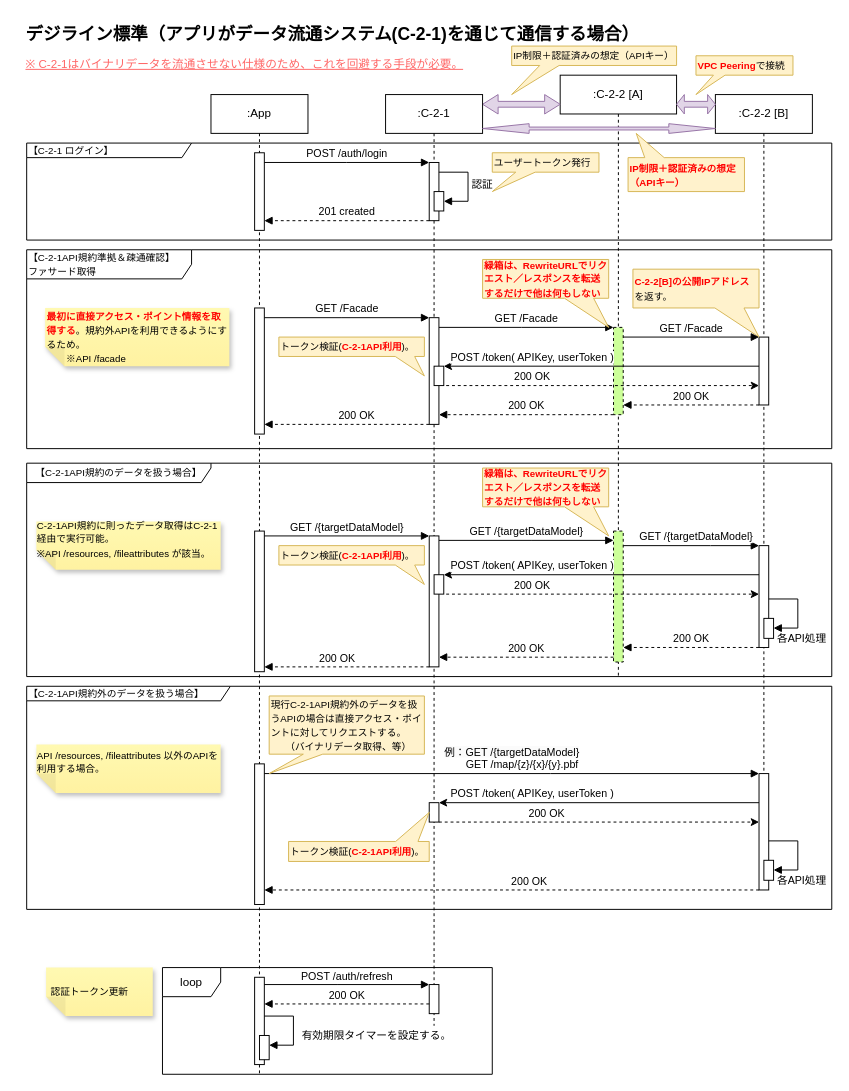
Earlier version of the draw.io diagram page "C-2-1経由時のシーケンス" (1 of 7) of models/c-2-2-api-sequences.drawio (Sportacandy/C-2-2API). Source tidied: cells renumbered, new cells numbered last; positions are measured from the earlier drawing's top-left corner, leaving out a move shared by most shapes. Both pictures are drawn from the tidied source at 97%, with x=0, y=0 at pixel (16, 16).
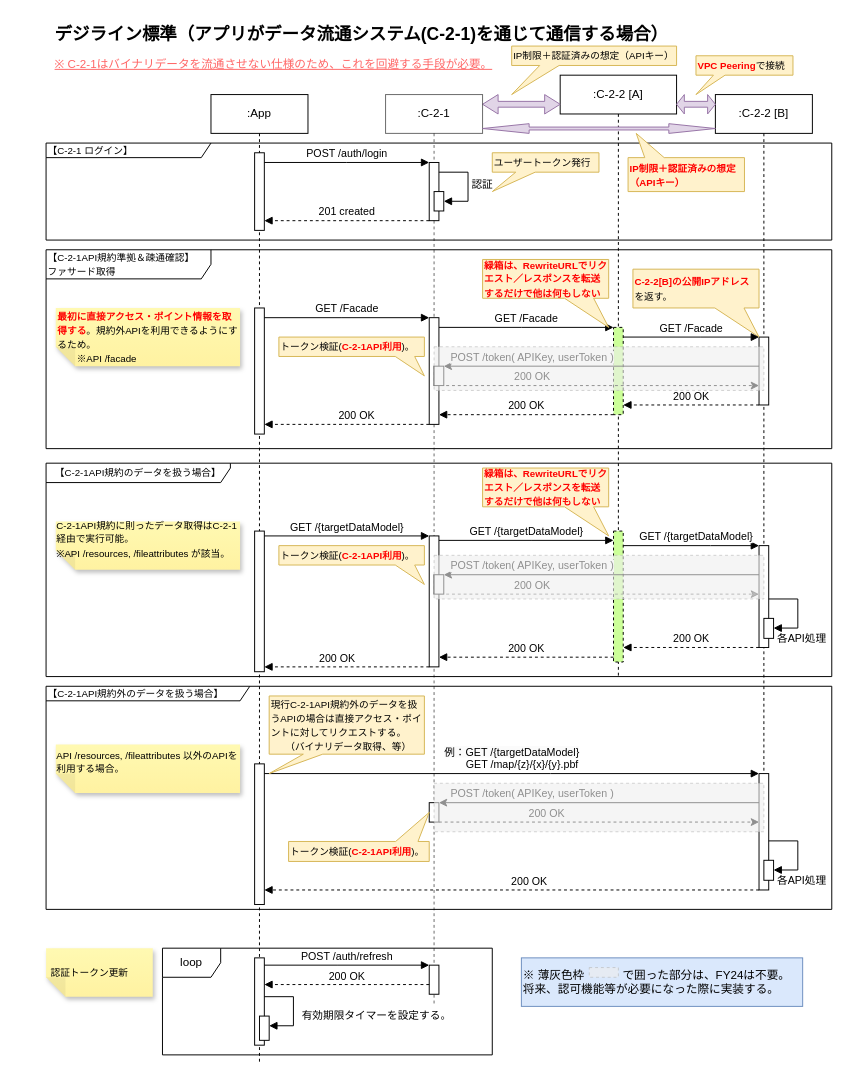
After the change.

Diff of the diagram source:
```diff
@@
     <mxCell id="7" value=":App" style="shape=umlLifeline;perimeter=lifelinePerimeter;whiteSpace=wrap;html=1;newEdgeStyle={&quot;edgeStyle&quot;:&quot;elbowEdgeStyle&quot;,&quot;elbow&quot;:&quot;vertical&quot;,&quot;curved&quot;:0,&quot;rounded&quot;:0};" parent="1" vertex="1">
-      <mxGeometry x="200" y="80" width="100" height="1010" as="geometry" />
+      <mxGeometry x="200" y="80" width="100" height="1000" as="geometry" />
     </mxCell>
@@
     <mxCell id="9" style="html=1;perimeter=orthogonalPerimeter;targetShapes=umlLifeline;newEdgeStyle={&quot;curved&quot;:0,&quot;rounded&quot;:0};" parent="7" vertex="1">
-      <mxGeometry x="45" y="910" width="10" height="90" as="geometry" />
+      <mxGeometry x="45" y="890" width="10" height="90" as="geometry" />
     </mxCell>
     <mxCell id="10" value="有効期限タイマーを設定する。" style="html=1;align=left;spacingLeft=2;endArrow=block;rounded=0;edgeStyle=orthogonalEdgeStyle;curved=0;rounded=0;" parent="7" edge="1" target="11">
       <mxGeometry x="0.18" y="5" relative="1" as="geometry">
-        <mxPoint x="55" y="950" as="sourcePoint" />
+        <mxPoint x="55" y="930" as="sourcePoint" />
         <Array as="points">
-          <mxPoint x="85" y="980" />
+          <mxPoint x="85" y="960" />
         </Array>
       </mxGeometry>
     </mxCell>
     <mxCell id="11" style="html=1;points=[[0,0,0,0,5],[0,1,0,0,-5],[1,0,0,0,5],[1,1,0,0,-5]];perimeter=orthogonalPerimeter;outlineConnect=0;targetShapes=umlLifeline;portConstraint=eastwest;newEdgeStyle={&quot;curved&quot;:0,&quot;rounded&quot;:0};" parent="7" vertex="1">
-      <mxGeometry x="50" y="970" width="10" height="25" as="geometry" />
+      <mxGeometry x="50" y="950" width="10" height="25" as="geometry" />
     </mxCell>
@@
     <mxCell id="24" value="&lt;font style=&quot;font-size: 18px;&quot;&gt;デジライン標準（アプリがデータ流通システム(C-2-1)を通じて通信する場合）&lt;/font&gt;&lt;div style=&quot;text-align: left;&quot;&gt;&lt;span style=&quot;font-weight: normal;&quot;&gt;&lt;font color=&quot;#ff6666&quot; style=&quot;font-size: 12px;&quot;&gt;&lt;u&gt;※ C-2-1はバイナリデータを流通させない仕様のため、これを回避する手段が必要。&lt;/u&gt;&lt;/font&gt;&lt;/span&gt;&lt;/div&gt;" style="text;strokeColor=none;fillColor=none;html=1;fontSize=24;fontStyle=1;verticalAlign=middle;align=center;" parent="1" vertex="1">
-      <mxGeometry width="650" height="60" as="geometry" />
+      <mxGeometry x="30" width="650" height="60" as="geometry" />
     </mxCell>
@@
     <mxCell id="31" value="&lt;div style=&quot;text-align: left;&quot;&gt;&lt;span style=&quot;font-size: 10px;&quot;&gt;C-2-1API規約に則ったデータ取得はC-2-1経由で実行可能。&lt;/span&gt;&lt;/div&gt;&lt;div style=&quot;text-align: left;&quot;&gt;&lt;span style=&quot;font-size: 10px;&quot;&gt;※API /resources, /fileattributes が該当。&lt;br&gt;　　&lt;/span&gt;&lt;/div&gt;" style="shape=note;whiteSpace=wrap;html=1;backgroundOutline=1;fontColor=#000000;darkOpacity=0.05;fillColor=#FFF9B2;strokeColor=none;fillStyle=solid;direction=west;gradientDirection=north;gradientColor=#FFF2A1;shadow=1;size=20;" parent="1" vertex="1">
-      <mxGeometry x="20" y="520" width="190" height="50" as="geometry" />
+      <mxGeometry x="40" y="520" width="190" height="50" as="geometry" />
     </mxCell>
@@
     <mxCell id="34" value="loop" style="shape=umlFrame;whiteSpace=wrap;html=1;" parent="1" vertex="1">
-      <mxGeometry x="150" y="980" width="340" height="110" as="geometry" />
+      <mxGeometry x="150" y="960" width="340" height="110" as="geometry" />
     </mxCell>
     <mxCell id="35" value="&lt;div style=&quot;&quot;&gt;&lt;span style=&quot;font-size: 10px; background-color: initial;&quot;&gt;&lt;b&gt;&lt;font color=&quot;#ff0000&quot;&gt;最初に直接アクセス・ポイント情報を取得する&lt;/font&gt;&lt;/b&gt;。規約外APIを利用できるようにするため。&lt;/span&gt;&lt;/div&gt;&lt;div style=&quot;&quot;&gt;&lt;span style=&quot;font-size: 10px; text-align: center;&quot;&gt;　　※API /facade&lt;br&gt;&lt;/span&gt;&lt;/div&gt;" style="shape=note;whiteSpace=wrap;html=1;backgroundOutline=1;fontColor=#000000;darkOpacity=0.05;fillColor=#FFF9B2;strokeColor=none;fillStyle=solid;direction=west;gradientDirection=north;gradientColor=#FFF2A1;shadow=1;size=20;align=left;" parent="1" vertex="1">
-      <mxGeometry x="29" y="300" width="190" height="60" as="geometry" />
+      <mxGeometry x="40" y="300" width="190" height="60" as="geometry" />
     </mxCell>
@@
     <mxCell id="39" value="&lt;div style=&quot;text-align: left;&quot;&gt;&lt;span style=&quot;font-size: 10px;&quot;&gt;認証トークン更新　　&lt;/span&gt;&lt;/div&gt;" style="shape=note;whiteSpace=wrap;html=1;backgroundOutline=1;fontColor=#000000;darkOpacity=0.05;fillColor=#FFF9B2;strokeColor=none;fillStyle=solid;direction=west;gradientDirection=north;gradientColor=#FFF2A1;shadow=1;size=20;" parent="1" vertex="1">
-      <mxGeometry x="30" y="980" width="110" height="50" as="geometry" />
+      <mxGeometry x="30" y="960" width="110" height="50" as="geometry" />
     </mxCell>
@@
-    <mxCell id="43" value=":C-2-1" style="shape=umlLifeline;perimeter=lifelinePerimeter;whiteSpace=wrap;html=1;newEdgeStyle={&quot;edgeStyle&quot;:&quot;elbowEdgeStyle&quot;,&quot;elbow&quot;:&quot;vertical&quot;,&quot;curved&quot;:0,&quot;rounded&quot;:0};" parent="1" vertex="1">
-      <mxGeometry x="380" y="80" width="100" height="960" as="geometry" />
+    <mxCell id="43" value=":C-2-1" style="shape=umlLifeline;perimeter=lifelinePerimeter;whiteSpace=wrap;html=1;newEdgeStyle={&quot;edgeStyle&quot;:&quot;elbowEdgeStyle&quot;,&quot;elbow&quot;:&quot;vertical&quot;,&quot;curved&quot;:0,&quot;rounded&quot;:0};opacity=60;" parent="1" vertex="1">
+      <mxGeometry x="380" y="80" width="100" height="940" as="geometry" />
     </mxCell>
@@
-    <mxCell id="58" style="endArrow=classic;html=1;rounded=0;dashed=1;" parent="43" edge="1">
+    <mxCell id="58" style="endArrow=classic;html=1;rounded=0;dashed=1;opacity=60;" parent="43" edge="1">
       <mxGeometry relative="1" as="geometry">
         <mxPoint x="62.5" y="515" as="sourcePoint" />
         <mxPoint x="385" y="515" as="targetPoint" />
       </mxGeometry>
     </mxCell>
@@
     <mxCell id="60" style="html=1;points=[[0,0,0,0,5],[0,1,0,0,-5],[1,0,0,0,5],[1,1,0,0,-5]];perimeter=orthogonalPerimeter;outlineConnect=0;targetShapes=umlLifeline;portConstraint=eastwest;newEdgeStyle={&quot;curved&quot;:0,&quot;rounded&quot;:0};" parent="43" vertex="1">
-      <mxGeometry x="45" y="917.5" width="10" height="30" as="geometry" />
+      <mxGeometry x="45" y="897.5" width="10" height="30" as="geometry" />
     </mxCell>
     <mxCell id="61" value="POST /auth/refresh" style="html=1;verticalAlign=bottom;endArrow=block;edgeStyle=elbowEdgeStyle;elbow=horizontal;curved=0;rounded=0;" parent="43" edge="1" target="60">
       <mxGeometry relative="1" as="geometry">
-        <mxPoint x="-125" y="917.5" as="sourcePoint" />
+        <mxPoint x="-125" y="897.5" as="sourcePoint" />
         <Array as="points">
-          <mxPoint x="-50" y="917.5" />
+          <mxPoint x="-50" y="897.5" />
         </Array>
       </mxGeometry>
     </mxCell>
     <mxCell id="62" value="200 OK" style="html=1;verticalAlign=bottom;endArrow=block;edgeStyle=elbowEdgeStyle;elbow=vertical;curved=0;rounded=0;dashed=1;" parent="43" edge="1" source="60">
       <mxGeometry relative="1" as="geometry">
-        <mxPoint x="-125" y="937.5" as="targetPoint" />
+        <mxPoint x="-125" y="917.5" as="targetPoint" />
         <Array as="points">
-          <mxPoint x="-10" y="937.5" />
+          <mxPoint x="-10" y="917.5" />
         </Array>
       </mxGeometry>
     </mxCell>
@@
     <mxCell id="72" value="&lt;div style=&quot;&quot;&gt;&lt;span style=&quot;font-size: 10px; background-color: initial;&quot;&gt;【C-2-1API規約外のデータを扱う場合】&lt;/span&gt;&lt;/div&gt;" style="shape=umlFrame;whiteSpace=wrap;html=1;width=210;height=15;shadow=0;align=left;" parent="43" vertex="1">
-      <mxGeometry x="-370" y="610" width="830" height="230" as="geometry" />
+      <mxGeometry x="-350" y="610" width="810" height="230" as="geometry" />
     </mxCell>
@@
     <mxCell id="80" value="&lt;div style=&quot;text-align: left;&quot;&gt;&lt;span style=&quot;font-size: 10px; background-color: initial;&quot;&gt;【C-2-1API規約のデータを扱う場合】&lt;/span&gt;&lt;/div&gt;" style="shape=umlFrame;whiteSpace=wrap;html=1;width=190;height=20;shadow=0;" parent="1" vertex="1">
-      <mxGeometry x="10" y="460" width="830" height="220" as="geometry" />
+      <mxGeometry x="30" y="460" width="810" height="220" as="geometry" />
     </mxCell>
     <mxCell id="81" value="&lt;div style=&quot;&quot;&gt;&lt;span style=&quot;font-size: 10px; background-color: initial;&quot;&gt;【C-2-1API規約準拠＆疎通確認】&lt;/span&gt;&lt;/div&gt;&lt;div style=&quot;&quot;&gt;&lt;span style=&quot;font-size: 10px; background-color: initial;&quot;&gt;ファサード取得&lt;/span&gt;&lt;/div&gt;" style="shape=umlFrame;whiteSpace=wrap;html=1;width=170;height=30;shadow=0;align=left;" parent="1" vertex="1">
-      <mxGeometry x="10" y="240" width="830" height="205" as="geometry" />
+      <mxGeometry x="30" y="240" width="810" height="205" as="geometry" />
     </mxCell>
     <mxCell id="82" value="&lt;div style=&quot;&quot;&gt;&lt;span style=&quot;font-size: 10px; background-color: initial;&quot;&gt;【C-2-1 ログイン】&lt;/span&gt;&lt;/div&gt;" style="shape=umlFrame;whiteSpace=wrap;html=1;width=170;height=15;shadow=0;align=left;" parent="1" vertex="1">
-      <mxGeometry x="10" y="130" width="830" height="100" as="geometry" />
+      <mxGeometry x="30" y="130" width="810" height="100" as="geometry" />
     </mxCell>
     <mxCell id="83" value="&lt;div style=&quot;text-align: left;&quot;&gt;&lt;span style=&quot;font-size: 10px; background-color: initial;&quot;&gt;API /resources, /fileattributes 以外のAPIを利用する場合。&lt;/span&gt;&lt;/div&gt;&lt;div style=&quot;text-align: left;&quot;&gt;&lt;span style=&quot;font-size: 10px;&quot;&gt;　　&lt;/span&gt;&lt;/div&gt;" style="shape=note;whiteSpace=wrap;html=1;backgroundOutline=1;fontColor=#000000;darkOpacity=0.05;fillColor=#FFF9B2;strokeColor=none;fillStyle=solid;direction=west;gradientDirection=north;gradientColor=#FFF2A1;shadow=1;size=20;" parent="1" vertex="1">
-      <mxGeometry x="20" y="750" width="190" height="50" as="geometry" />
+      <mxGeometry x="40" y="750" width="190" height="50" as="geometry" />
     </mxCell>
@@
+    <mxCell id="86" value="&lt;span style=&quot;background-color: initial;&quot;&gt;※ 薄灰色枠　　　 で囲った部分は、FY24は不要。&amp;nbsp;&lt;/span&gt;&lt;div&gt;&lt;span style=&quot;background-color: initial;&quot;&gt;将来、認可機能等が必要になった際に実装する。&lt;/span&gt;&lt;/div&gt;" style="html=1;whiteSpace=wrap;fillColor=#dae8fc;strokeColor=#6c8ebf;align=left;" parent="1" vertex="1">
+      <mxGeometry x="520" y="970" width="290" height="50" as="geometry" />
+    </mxCell>
+    <mxCell id="87" style="html=1;whiteSpace=wrap;fillColor=#eeeeee;strokeColor=#B3B3B3;align=left;dashed=1;opacity=60;" parent="86" vertex="1">
+      <mxGeometry x="70" y="10" width="30" height="10" as="geometry" />
+    </mxCell>
+    <mxCell id="88" style="html=1;whiteSpace=wrap;fillColor=#eeeeee;strokeColor=#B3B3B3;align=left;dashed=1;opacity=60;" parent="1" vertex="1">
+      <mxGeometry x="430" y="555" width="340" height="45" as="geometry" />
+    </mxCell>
+    <mxCell id="89" style="html=1;whiteSpace=wrap;fillColor=#eeeeee;strokeColor=#B3B3B3;align=left;dashed=1;opacity=60;" parent="1" vertex="1">
+      <mxGeometry x="430" y="790" width="340" height="50" as="geometry" />
+    </mxCell>
+    <mxCell id="90" style="html=1;whiteSpace=wrap;fillColor=#eeeeee;strokeColor=#B3B3B3;align=left;dashed=1;opacity=60;" parent="1" vertex="1">
+      <mxGeometry x="430" y="340" width="340" height="45" as="geometry" />
+    </mxCell>
```
